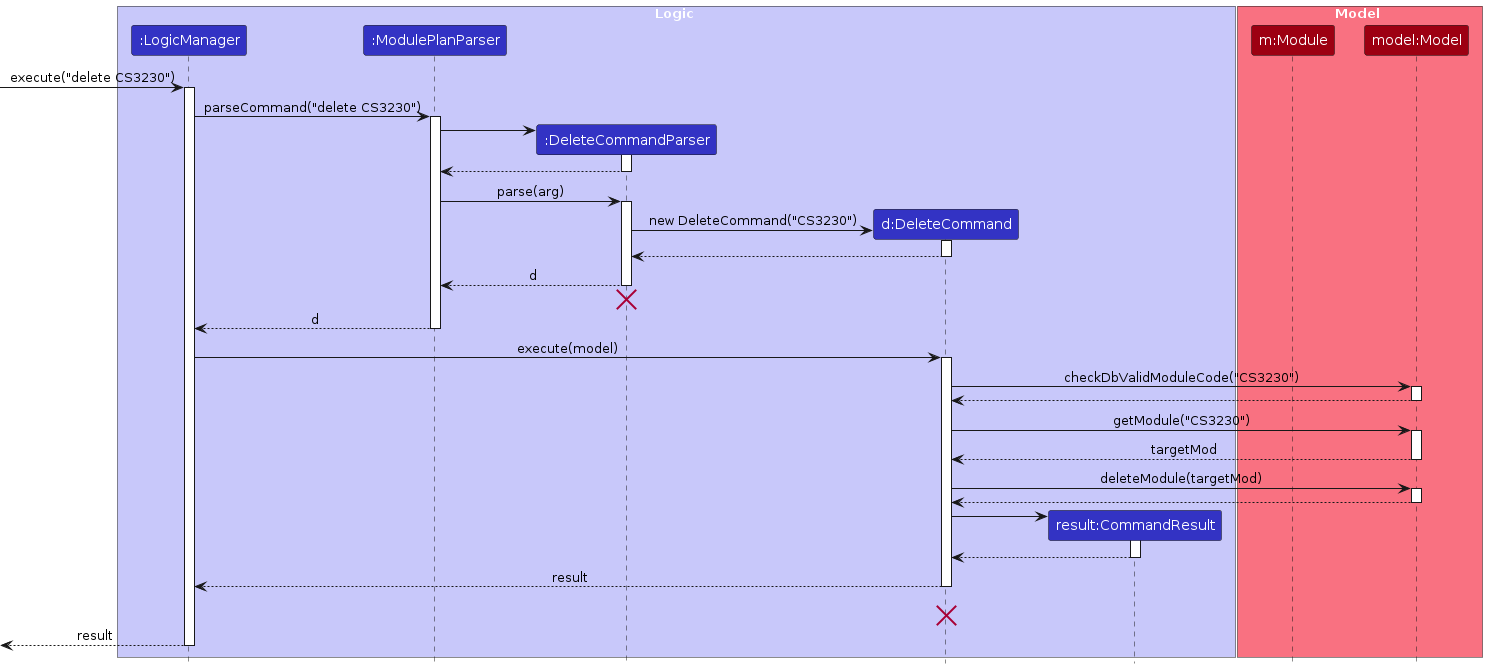
ji-just-ji/tp keeps this PlantUML diagram as diagrams/DeleteCommandSequenceDiagram.png. Above is the earlier version. Its source is kept beside it as diagrams/DeleteCommandSequenceDiagram.puml.
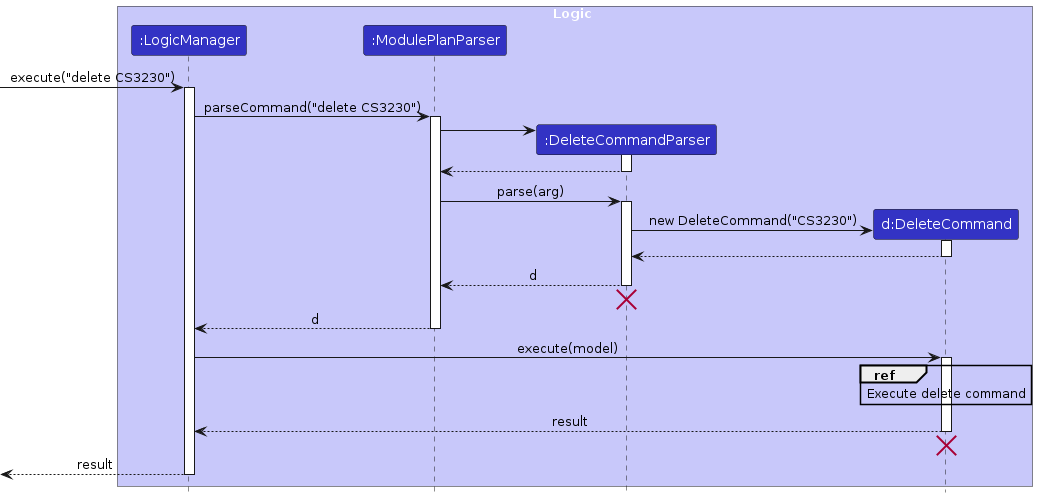
After the commit.

Diff of the diagram source:
```diff
@@ -7,13 +7,8 @@
 participant ":ModulePlanParser" as ModulePlanParser LOGIC_COLOR
 participant ":DeleteCommandParser" as DeleteCommandParser LOGIC_COLOR
 participant "d:DeleteCommand" as DeleteCommand LOGIC_COLOR
-participant "result:CommandResult" as CommandResult LOGIC_COLOR
 end box
 
-box Model MODEL_COLOR_T1
-participant "m:Module" as Module MODEL_COLOR
-participant "model:Model" as Model MODEL_COLOR
-end box
 [-> LogicManager : execute("delete CS3230")
 activate LogicManager
 
@@ -48,34 +43,11 @@
 LogicManager -> DeleteCommand : execute(model)
 activate DeleteCommand
 
-DeleteCommand -> Model : checkDbValidModuleCode("CS3230")
-activate Model
-
-Model --> DeleteCommand
-deactivate Model
-
-DeleteCommand -> Model : getModule("CS3230")
-activate Model
-
-Model --> DeleteCommand : targetMod
-deactivate Model
-
-DeleteCommand -> Model : deleteModule(targetMod)
-activate Model
-
-Model --> DeleteCommand
-deactivate Model
-
-create CommandResult
-DeleteCommand -> CommandResult
-activate CommandResult
-
-CommandResult --> DeleteCommand
-deactivate CommandResult
+ref over DeleteCommand : Execute delete command
 
 DeleteCommand --> LogicManager : result
 deactivate DeleteCommand
-DeleteCommand -[hidden]-> LogicManager : result
+DeleteCommand -[hidden]-> LogicManager
 destroy DeleteCommand
 
 [<--LogicManager : result
```
